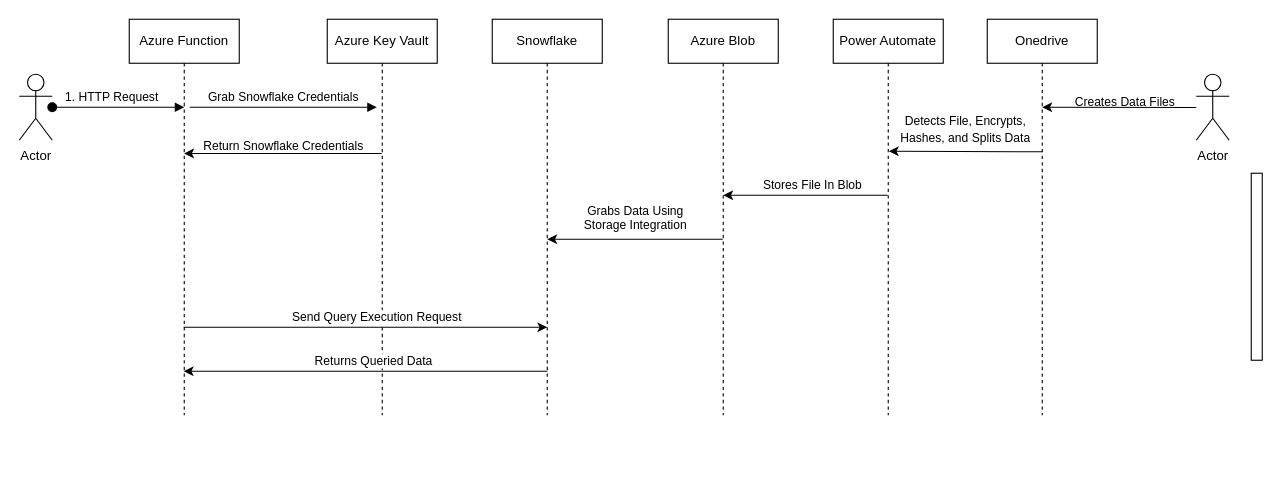
This is pii_data_pipeline.drawio from Baighasan/Ingine-Consultants-Projects-Sequence-Diagrams, a draw.io file, before an edit. Source tidied: cells renumbered, new cells numbered last; positions are measured from the earlier drawing's top-left corner, leaving out a move shared by most shapes. Both pictures are drawn from the tidied source at 110%, with x=0, y=0 at pixel (19, 19).
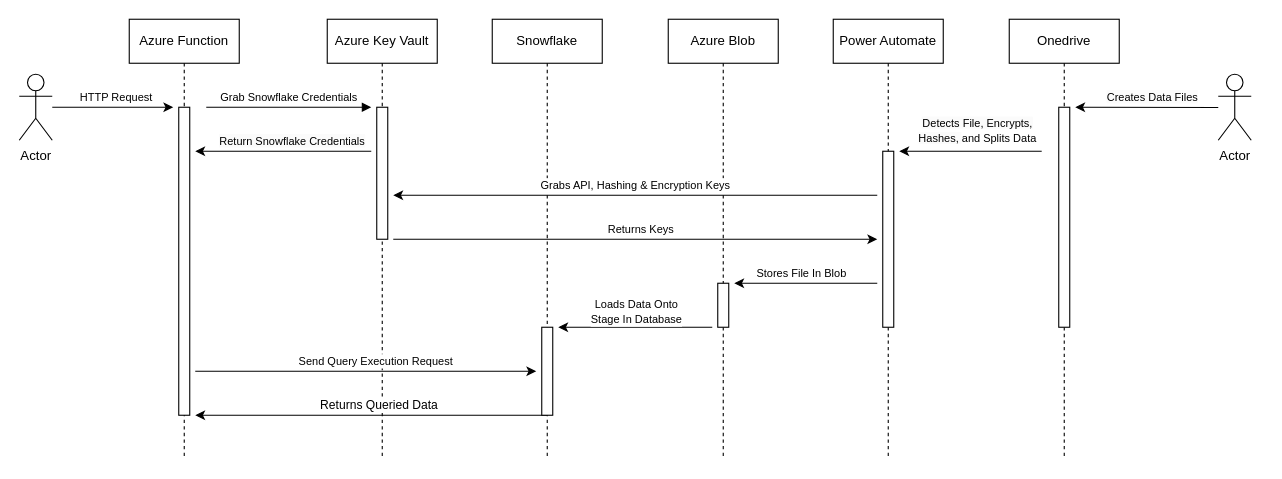
Above is the later version.

The change refers to these unchanged cells:
```xml
<mxCell id="8" value="Actor" style="shape=umlActor;verticalLabelPosition=bottom;verticalAlign=top;html=1;outlineConnect=0;" parent="1" vertex="1">
  <mxGeometry y="50" width="30" height="60" as="geometry" />
</mxCell>
```

The edit, as a diff of the source:
```diff
@@
     <mxCell id="2" value="Onedrive" style="shape=umlLifeline;perimeter=lifelinePerimeter;whiteSpace=wrap;html=1;newEdgeStyle={&quot;edgeStyle&quot;:&quot;elbowEdgeStyle&quot;,&quot;elbow&quot;:&quot;vertical&quot;,&quot;curved&quot;:0,&quot;rounded&quot;:0};" parent="1" vertex="1">
-      <mxGeometry x="880" width="100" height="360" as="geometry" />
+      <mxGeometry x="900" width="100" height="400" as="geometry" />
     </mxCell>
+    <mxCell id="16" style="html=1;perimeter=orthogonalPerimeter;targetShapes=umlLifeline;newEdgeStyle={&quot;edgeStyle&quot;:&quot;elbowEdgeStyle&quot;,&quot;elbow&quot;:&quot;vertical&quot;,&quot;curved&quot;:0,&quot;rounded&quot;:0};" parent="2" vertex="1">
+      <mxGeometry x="45" y="80" width="10" height="200" as="geometry" />
+    </mxCell>
-    <mxCell id="3" value="Grab Snowflake Credentials" style="html=1;verticalAlign=bottom;endArrow=block;edgeStyle=elbowEdgeStyle;elbow=vertical;curved=0;rounded=0;" parent="1" edge="1">
+    <mxCell id="3" value="&lt;font style=&quot;font-size: 10px;&quot;&gt;Grab Snowflake Credentials&lt;/font&gt;" style="html=1;verticalAlign=bottom;endArrow=block;edgeStyle=elbowEdgeStyle;elbow=vertical;curved=0;rounded=0;" parent="1" edge="1">
       <mxGeometry relative="1" as="geometry">
-        <mxPoint x="155" y="80" as="sourcePoint" />
-        <mxPoint x="325" y="80" as="targetPoint" />
+        <mxPoint x="170" y="80" as="sourcePoint" />
+        <mxPoint x="320" y="80" as="targetPoint" />
         <Array as="points">
           <mxPoint x="240" y="80" />
         </Array>
       </mxGeometry>
     </mxCell>
     <mxCell id="4" value="Azure Key Vault" style="shape=umlLifeline;perimeter=lifelinePerimeter;whiteSpace=wrap;html=1;newEdgeStyle={&quot;edgeStyle&quot;:&quot;elbowEdgeStyle&quot;,&quot;elbow&quot;:&quot;vertical&quot;,&quot;curved&quot;:0,&quot;rounded&quot;:0};" parent="1" vertex="1">
-      <mxGeometry x="280" width="100" height="360" as="geometry" />
+      <mxGeometry x="280" width="100" height="400" as="geometry" />
     </mxCell>
+    <mxCell id="27" style="html=1;perimeter=orthogonalPerimeter;targetShapes=umlLifeline;newEdgeStyle={&quot;edgeStyle&quot;:&quot;elbowEdgeStyle&quot;,&quot;elbow&quot;:&quot;vertical&quot;,&quot;curved&quot;:0,&quot;rounded&quot;:0};" parent="4" vertex="1">
+      <mxGeometry x="45" y="80" width="10" height="120" as="geometry" />
+    </mxCell>
     <mxCell id="5" value="Azure Blob" style="shape=umlLifeline;perimeter=lifelinePerimeter;whiteSpace=wrap;html=1;newEdgeStyle={&quot;edgeStyle&quot;:&quot;elbowEdgeStyle&quot;,&quot;elbow&quot;:&quot;vertical&quot;,&quot;curved&quot;:0,&quot;rounded&quot;:0};" parent="1" vertex="1">
-      <mxGeometry x="590" width="100" height="360" as="geometry" />
+      <mxGeometry x="590" width="100" height="400" as="geometry" />
     </mxCell>
+    <mxCell id="28" style="html=1;perimeter=orthogonalPerimeter;targetShapes=umlLifeline;newEdgeStyle={&quot;edgeStyle&quot;:&quot;elbowEdgeStyle&quot;,&quot;elbow&quot;:&quot;vertical&quot;,&quot;curved&quot;:0,&quot;rounded&quot;:0};" parent="5" vertex="1">
+      <mxGeometry x="45" y="240" width="10" height="40" as="geometry" />
+    </mxCell>
     <mxCell id="6" value="Snowflake" style="shape=umlLifeline;perimeter=lifelinePerimeter;whiteSpace=wrap;html=1;newEdgeStyle={&quot;edgeStyle&quot;:&quot;elbowEdgeStyle&quot;,&quot;elbow&quot;:&quot;vertical&quot;,&quot;curved&quot;:0,&quot;rounded&quot;:0};" parent="1" vertex="1">
-      <mxGeometry x="430" width="100" height="360" as="geometry" />
+      <mxGeometry x="430" width="100" height="400" as="geometry" />
     </mxCell>
     <mxCell id="7" value="Azure Function" style="shape=umlLifeline;perimeter=lifelinePerimeter;whiteSpace=wrap;html=1;outlineConnect=0;portConstraint=eastwest;newEdgeStyle={&quot;edgeStyle&quot;:&quot;elbowEdgeStyle&quot;,&quot;elbow&quot;:&quot;vertical&quot;,&quot;curved&quot;:0,&quot;rounded&quot;:0};" parent="1" vertex="1">
-      <mxGeometry x="100" width="100" height="360" as="geometry" />
+      <mxGeometry x="100" width="100" height="400" as="geometry" />
     </mxCell>
+    <mxCell id="29" style="html=1;perimeter=orthogonalPerimeter;targetShapes=umlLifeline;newEdgeStyle={&quot;edgeStyle&quot;:&quot;elbowEdgeStyle&quot;,&quot;elbow&quot;:&quot;vertical&quot;,&quot;curved&quot;:0,&quot;rounded&quot;:0};" parent="7" vertex="1">
+      <mxGeometry x="45" y="80" width="10" height="280" as="geometry" />
+    </mxCell>
@@
-    <mxCell id="9" value="1. HTTP Request" style="html=1;verticalAlign=bottom;startArrow=oval;endArrow=block;startSize=8;edgeStyle=elbowEdgeStyle;elbow=vertical;curved=0;rounded=0;" parent="1" edge="1" source="8">
-      <mxGeometry x="-0.11" relative="1" as="geometry">
-        <mxPoint x="150" y="79.6" as="targetPoint" />
-      </mxGeometry>
-    </mxCell>
-    <mxCell id="10" style="endArrow=classic;html=1;rounded=0;" parent="1" edge="1">
-      <mxGeometry relative="1" as="geometry">
-        <mxPoint x="329.5" y="122" as="sourcePoint" />
-        <mxPoint x="149.9" y="122" as="targetPoint" />
-      </mxGeometry>
-    </mxCell>
-    <mxCell id="11" value="&lt;font style=&quot;font-size: 11px;&quot;&gt;Return Snowflake Credentials&lt;/font&gt;" style="text;html=1;align=center;verticalAlign=middle;strokeColor=none;fillColor=none;" parent="1" vertex="1">
-      <mxGeometry x="155" y="100" width="170" height="30" as="geometry" />
-    </mxCell>
-    <mxCell id="12" style="endArrow=classic;html=1;rounded=0;" parent="1" edge="1" source="7">
+    <mxCell id="12" style="endArrow=classic;html=1;rounded=0;" parent="1" edge="1">
       <mxGeometry relative="1" as="geometry">
-        <mxPoint x="480" y="280" as="targetPoint" />
+        <mxPoint x="160" y="320" as="sourcePoint" />
+        <mxPoint x="470" y="320" as="targetPoint" />
       </mxGeometry>
     </mxCell>
-    <mxCell id="13" value="Send Query Execution Request" style="edgeLabel;html=1;align=center;verticalAlign=middle;" parent="12" vertex="1">
+    <mxCell id="13" value="&lt;font style=&quot;font-size: 10px;&quot;&gt;Send Query Execution Request&lt;/font&gt;" style="edgeLabel;html=1;align=center;verticalAlign=middle;" parent="12" vertex="1">
       <mxGeometry x="0.21" y="2" relative="1" as="geometry">
         <mxPoint x="-25" y="-8" as="offset" />
       </mxGeometry>
     </mxCell>
     <mxCell id="14" style="endArrow=classic;html=1;rounded=0;" parent="1" edge="1">
       <mxGeometry relative="1" as="geometry">
-        <mxPoint x="639.5" y="200" as="sourcePoint" />
-        <mxPoint x="480" y="200" as="targetPoint" />
-        <Array as="points">
-          <mxPoint x="560" y="200" />
-        </Array>
+        <mxPoint x="630" y="280" as="sourcePoint" />
+        <mxPoint x="490" y="280" as="targetPoint" />
       </mxGeometry>
     </mxCell>
-    <mxCell id="15" value="&lt;font style=&quot;font-size: 11px;&quot;&gt;Grabs Data Using&lt;br&gt;&lt;/font&gt;&lt;div style=&quot;font-size: 11px;&quot;&gt;&lt;font style=&quot;font-size: 11px;&quot;&gt;Storage Integration&lt;/font&gt;&lt;/div&gt;" style="text;html=1;align=center;verticalAlign=middle;strokeColor=none;fillColor=none;" parent="1" vertex="1">
-      <mxGeometry x="500" y="160" width="120" height="40" as="geometry" />
-    </mxCell>
-    <mxCell id="16" style="html=1;perimeter=orthogonalPerimeter;targetShapes=umlLifeline;newEdgeStyle={&quot;edgeStyle&quot;:&quot;elbowEdgeStyle&quot;,&quot;elbow&quot;:&quot;vertical&quot;,&quot;curved&quot;:0,&quot;rounded&quot;:0};" parent="1" vertex="1">
-      <mxGeometry x="1120" y="140" width="10" height="170" as="geometry" />
-    </mxCell>
+    <mxCell id="30" value="&lt;font style=&quot;font-size: 10px;&quot;&gt;Loads Data Onto &lt;br&gt;Stage In Database&lt;/font&gt;" style="edgeLabel;html=1;align=center;verticalAlign=middle;" parent="14" vertex="1">
+      <mxGeometry x="-0.11" y="-1" relative="1" as="geometry">
+        <mxPoint x="-8" y="-14" as="offset" />
+      </mxGeometry>
+    </mxCell>
     <mxCell id="17" value="Power Automate" style="shape=umlLifeline;perimeter=lifelinePerimeter;whiteSpace=wrap;html=1;outlineConnect=0;portConstraint=eastwest;newEdgeStyle={&quot;edgeStyle&quot;:&quot;elbowEdgeStyle&quot;,&quot;elbow&quot;:&quot;vertical&quot;,&quot;curved&quot;:0,&quot;rounded&quot;:0};" parent="1" vertex="1">
-      <mxGeometry x="740" width="100" height="360" as="geometry" />
+      <mxGeometry x="740" width="100" height="400" as="geometry" />
     </mxCell>
+    <mxCell id="31" style="html=1;perimeter=orthogonalPerimeter;targetShapes=umlLifeline;newEdgeStyle={&quot;edgeStyle&quot;:&quot;elbowEdgeStyle&quot;,&quot;elbow&quot;:&quot;vertical&quot;,&quot;curved&quot;:0,&quot;rounded&quot;:0};" parent="17" vertex="1">
+      <mxGeometry x="45" y="120" width="10" height="160" as="geometry" />
+    </mxCell>
-    <mxCell id="18" style="endArrow=classic;html=1;rounded=0;" parent="1" edge="1" target="7">
+    <mxCell id="18" style="endArrow=classic;html=1;rounded=0;" parent="1" edge="1">
       <mxGeometry relative="1" as="geometry">
-        <mxPoint x="480" y="320" as="sourcePoint" />
+        <mxPoint x="480" y="360" as="sourcePoint" />
+        <mxPoint x="160" y="360" as="targetPoint" />
       </mxGeometry>
     </mxCell>
@@
     <mxCell id="20" value="Actor" style="shape=umlActor;verticalLabelPosition=bottom;verticalAlign=top;html=1;" parent="1" vertex="1">
-      <mxGeometry x="1070" y="50" width="30" height="60" as="geometry" />
+      <mxGeometry x="1090" y="50" width="30" height="60" as="geometry" />
     </mxCell>
     <mxCell id="21" style="endArrow=classic;html=1;rounded=0;" parent="1" edge="1">
       <mxGeometry relative="1" as="geometry">
-        <mxPoint x="1070" y="80.2" as="sourcePoint" />
-        <mxPoint x="930" y="80" as="targetPoint" />
+        <mxPoint x="1090" y="80.2" as="sourcePoint" />
+        <mxPoint x="960" y="80" as="targetPoint" />
       </mxGeometry>
     </mxCell>
-    <mxCell id="22" value="&lt;font style=&quot;font-size: 11px;&quot;&gt;Creates Data Files&lt;/font&gt;" style="text;html=1;align=center;verticalAlign=middle;strokeColor=none;fillColor=none;" parent="1" vertex="1">
-      <mxGeometry x="950" y="60" width="110" height="30" as="geometry" />
+    <mxCell id="22" value="&lt;span style=&quot;background-color: rgb(251, 251, 251);&quot;&gt;&lt;font style=&quot;font-size: 10px;&quot;&gt;Creates Data Files&lt;/font&gt;&lt;/span&gt;" style="edgeLabel;html=1;align=center;verticalAlign=middle;" parent="21" vertex="1">
+      <mxGeometry x="-0.06" y="-1" relative="1" as="geometry">
+        <mxPoint y="-9" as="offset" />
+      </mxGeometry>
     </mxCell>
     <mxCell id="23" style="endArrow=classic;html=1;rounded=0;" parent="1" edge="1">
       <mxGeometry relative="1" as="geometry">
-        <mxPoint x="930" y="120.5" as="sourcePoint" />
-        <mxPoint x="790.5" y="120" as="targetPoint" />
+        <mxPoint x="929.5" y="120" as="sourcePoint" />
+        <mxPoint x="800" y="120" as="targetPoint" />
       </mxGeometry>
     </mxCell>
-    <mxCell id="24" value="&lt;font style=&quot;font-size: 11px;&quot;&gt;Detects File, Encrypts, &lt;br&gt;Hashes,&amp;nbsp;&lt;/font&gt;&lt;span style=&quot;background-color: initial; font-size: 11px;&quot;&gt;and Splits Data&lt;/span&gt;" style="text;html=1;align=center;verticalAlign=middle;strokeColor=none;fillColor=none;" parent="1" vertex="1">
-      <mxGeometry x="790" y="80" width="140" height="40" as="geometry" />
+    <mxCell id="24" value="&lt;font style=&quot;font-size: 10px;&quot;&gt;&lt;font style=&quot;background-color: rgb(251, 251, 251); font-size: 10px;&quot;&gt;Detects File, Encrypts,&lt;br&gt;Hashes,&amp;nbsp;&lt;/font&gt;&lt;span style=&quot;background-color: initial;&quot;&gt;and Splits Data&lt;/span&gt;&lt;/font&gt;" style="edgeLabel;html=1;align=center;verticalAlign=middle;" parent="23" vertex="1">
+      <mxGeometry x="-0.12" relative="1" as="geometry">
+        <mxPoint x="-2" y="-20" as="offset" />
+      </mxGeometry>
     </mxCell>
-    <mxCell id="25" style="endArrow=classic;html=1;rounded=0;" parent="1" edge="1" source="17">
+    <mxCell id="25" style="endArrow=classic;html=1;rounded=0;" parent="1" edge="1">
       <mxGeometry relative="1" as="geometry">
-        <mxPoint x="640" y="160" as="targetPoint" />
+        <mxPoint x="780" y="240" as="sourcePoint" />
+        <mxPoint x="650" y="240" as="targetPoint" />
       </mxGeometry>
     </mxCell>
-    <mxCell id="26" value="Stores File In Blob" style="edgeLabel;html=1;align=center;verticalAlign=middle;" parent="25" vertex="1">
+    <mxCell id="26" value="&lt;font style=&quot;font-size: 10px;&quot;&gt;Stores File In Blob&lt;/font&gt;" style="edgeLabel;html=1;align=center;verticalAlign=middle;" parent="25" vertex="1">
       <mxGeometry x="0.21" y="1" relative="1" as="geometry">
-        <mxPoint x="21" y="-11" as="offset" />
+        <mxPoint x="9" y="-11" as="offset" />
       </mxGeometry>
     </mxCell>
+    <mxCell id="32" style="endArrow=classic;html=1;rounded=0;" parent="1" edge="1">
+      <mxGeometry relative="1" as="geometry">
+        <mxPoint x="780" y="160" as="sourcePoint" />
+        <mxPoint x="340" y="160" as="targetPoint" />
+      </mxGeometry>
+    </mxCell>
+    <mxCell id="33" value="&lt;font style=&quot;font-size: 10px;&quot;&gt;Grabs API, Hashing &amp;amp; Encryption Keys&lt;/font&gt;" style="edgeLabel;html=1;align=center;verticalAlign=middle;" parent="32" vertex="1">
+      <mxGeometry relative="1" as="geometry">
+        <mxPoint x="-1" y="-10" as="offset" />
+      </mxGeometry>
+    </mxCell>
+    <mxCell id="34" style="endArrow=classic;html=1;rounded=0;" parent="1" edge="1">
+      <mxGeometry relative="1" as="geometry">
+        <mxPoint x="340" y="200" as="sourcePoint" />
+        <mxPoint x="780" y="200" as="targetPoint" />
+      </mxGeometry>
+    </mxCell>
+    <mxCell id="35" value="&lt;font style=&quot;font-size: 10px;&quot;&gt;Returns Keys&lt;/font&gt;" style="edgeLabel;html=1;align=center;verticalAlign=middle;" parent="34" vertex="1">
+      <mxGeometry x="0.02" y="1" relative="1" as="geometry">
+        <mxPoint y="-9" as="offset" />
+      </mxGeometry>
+    </mxCell>
+    <mxCell id="36" style="endArrow=classic;html=1;rounded=0;" parent="1" edge="1" source="8">
+      <mxGeometry relative="1" as="geometry">
+        <mxPoint x="140" y="80" as="targetPoint" />
+      </mxGeometry>
+    </mxCell>
+    <mxCell id="37" value="&lt;font style=&quot;font-size: 10px;&quot;&gt;HTTP Request&lt;/font&gt;" style="edgeLabel;html=1;align=center;verticalAlign=middle;" parent="36" vertex="1">
+      <mxGeometry x="-0.19" relative="1" as="geometry">
+        <mxPoint x="12" y="-10" as="offset" />
+      </mxGeometry>
+    </mxCell>
+    <mxCell id="38" style="endArrow=classic;html=1;rounded=0;" parent="1" edge="1">
+      <mxGeometry relative="1" as="geometry">
+        <mxPoint x="320" y="120" as="sourcePoint" />
+        <mxPoint x="160" y="120" as="targetPoint" />
+      </mxGeometry>
+    </mxCell>
+    <mxCell id="11" value="&lt;span style=&quot;background-color: rgb(251, 251, 251);&quot;&gt;&lt;font style=&quot;font-size: 10px;&quot;&gt;Return Snowflake Credentials&lt;/font&gt;&lt;/span&gt;" style="edgeLabel;html=1;align=center;verticalAlign=middle;" parent="38" vertex="1">
+      <mxGeometry x="-0.09" y="1" relative="1" as="geometry">
+        <mxPoint y="-11" as="offset" />
+      </mxGeometry>
+    </mxCell>
+    <mxCell id="39" style="html=1;perimeter=orthogonalPerimeter;targetShapes=umlLifeline;newEdgeStyle={&quot;edgeStyle&quot;:&quot;elbowEdgeStyle&quot;,&quot;elbow&quot;:&quot;vertical&quot;,&quot;curved&quot;:0,&quot;rounded&quot;:0};" parent="1" vertex="1">
+      <mxGeometry x="475" y="280" width="10" height="80" as="geometry" />
+    </mxCell>
```
